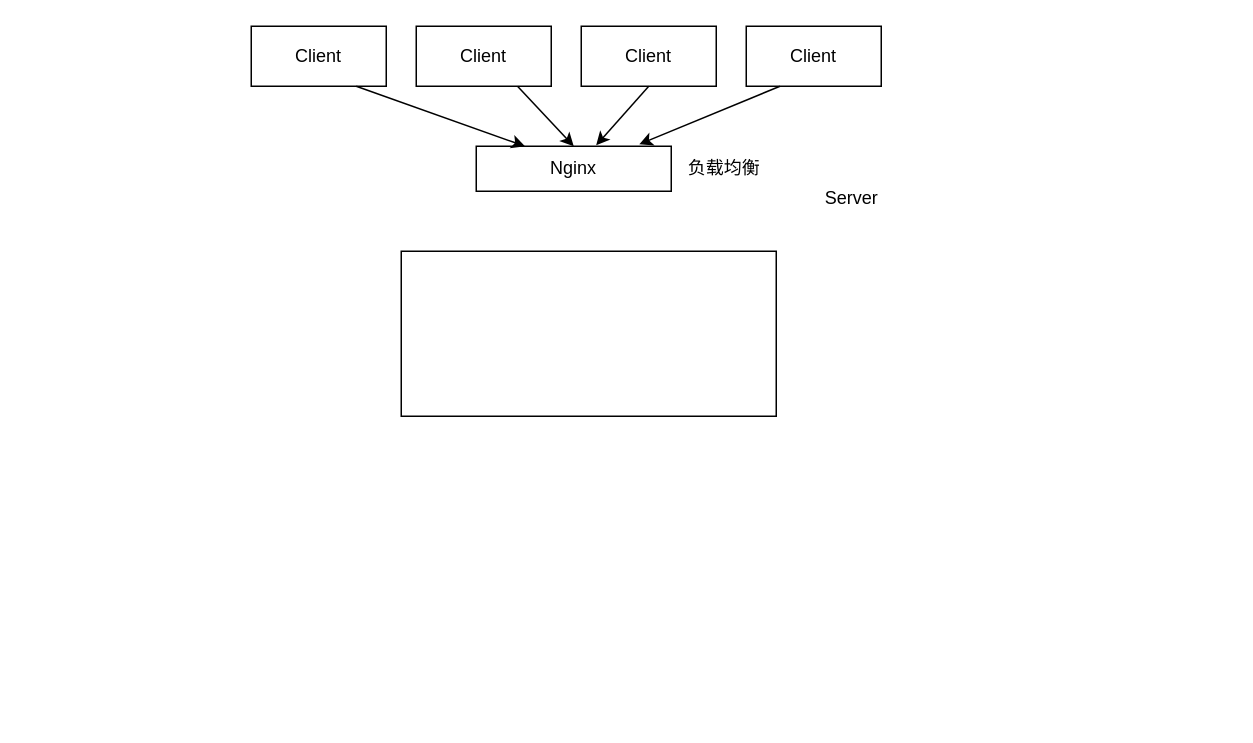
Before: 未命名绘图.drawio in Luckygirl113/chatgpt.api, a draw.io diagram. Source tidied: cells renumbered, new cells numbered last; positions are measured from the earlier drawing's top-left corner, leaving out a move shared by most shapes. Both pictures are drawn from the tidied source at 150%, with x=0, y=0 at pixel (250, 26).
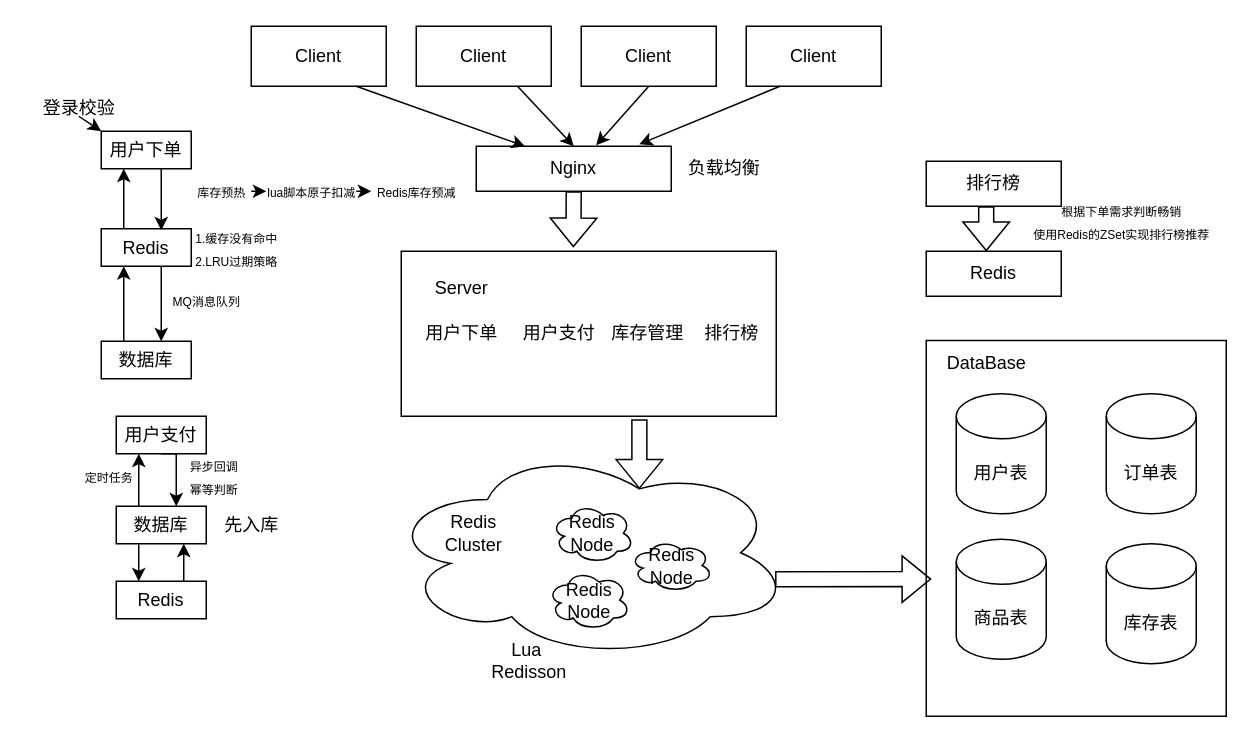
After the change.

Commit message:
更新未命名绘图.drawio

Unchanged cells that the change refers to:
```xml
<mxCell id="2" style="rounded=0;whiteSpace=wrap;html=1;align=left;" parent="1" vertex="1">
  <mxGeometry x="100" y="150" width="250" height="110" as="geometry" />
</mxCell>
<mxCell id="7" value="Nginx" style="rounded=0;whiteSpace=wrap;html=1;" parent="1" vertex="1">
  <mxGeometry x="150" y="80" width="130" height="30" as="geometry" />
</mxCell>
```

Change to the diagram source:
```diff
@@
+    <mxCell id="14" style="rounded=0;whiteSpace=wrap;html=1;strokeColor=default;align=center;verticalAlign=middle;fontFamily=Helvetica;fontSize=12;fontColor=default;fillColor=default;" parent="1" vertex="1">
+      <mxGeometry x="450" y="209.5" width="200" height="250.5" as="geometry" />
+    </mxCell>
@@
     <mxCell id="13" value="Server" style="text;html=1;align=center;verticalAlign=middle;strokeColor=none;fillColor=none;fontFamily=Helvetica;fontSize=12;fontColor=default;" parent="1" vertex="1">
-      <mxGeometry x="370" y="100" width="60" height="30" as="geometry" />
+      <mxGeometry x="110" y="160" width="60" height="30" as="geometry" />
     </mxCell>
+    <mxCell id="15" value="用户下单" style="text;html=1;align=center;verticalAlign=middle;strokeColor=none;fillColor=none;fontFamily=Helvetica;fontSize=12;fontColor=default;" parent="1" vertex="1">
+      <mxGeometry x="105" y="190" width="70" height="30" as="geometry" />
+    </mxCell>
+    <mxCell id="16" value="用户支付" style="text;html=1;align=center;verticalAlign=middle;strokeColor=none;fillColor=none;fontFamily=Helvetica;fontSize=12;fontColor=default;" parent="1" vertex="1">
+      <mxGeometry x="170" y="190" width="70" height="30" as="geometry" />
+    </mxCell>
+    <mxCell id="17" value="库存管理" style="text;html=1;align=center;verticalAlign=middle;strokeColor=none;fillColor=none;fontFamily=Helvetica;fontSize=12;fontColor=default;" parent="1" vertex="1">
+      <mxGeometry x="229" y="190" width="70" height="30" as="geometry" />
+    </mxCell>
+    <mxCell id="18" value="排行榜" style="text;html=1;align=center;verticalAlign=middle;strokeColor=none;fillColor=none;fontFamily=Helvetica;fontSize=12;fontColor=default;" parent="1" vertex="1">
+      <mxGeometry x="290" y="190" width="60" height="30" as="geometry" />
+    </mxCell>
+    <mxCell id="19" style="shape=flexArrow;endArrow=classic;html=1;rounded=0;fontFamily=Helvetica;fontSize=12;fontColor=default;exitX=0.5;exitY=1;exitDx=0;exitDy=0;entryX=0.459;entryY=-0.024;entryDx=0;entryDy=0;entryPerimeter=0;" parent="1" edge="1" source="7" target="2">
+      <mxGeometry relative="1" as="geometry" />
+    </mxCell>
+    <mxCell id="20" value="用户下单" style="rounded=0;whiteSpace=wrap;html=1;strokeColor=default;align=center;verticalAlign=middle;fontFamily=Helvetica;fontSize=12;fontColor=default;fillColor=default;" parent="1" vertex="1">
+      <mxGeometry x="-100" y="70" width="60" height="25" as="geometry" />
+    </mxCell>
+    <mxCell id="21" style="edgeStyle=orthogonalEdgeStyle;rounded=0;jettySize=auto;html=1;exitX=0.5;exitY=1;exitDx=0;exitDy=0;fontFamily=Helvetica;fontSize=12;fontColor=default;" parent="1" edge="1" source="23" target="25">
+      <mxGeometry relative="1" as="geometry">
+        <Array as="points">
+          <mxPoint x="-60" y="145" />
+        </Array>
+      </mxGeometry>
+    </mxCell>
+    <mxCell id="22" style="edgeStyle=orthogonalEdgeStyle;rounded=0;jettySize=auto;html=1;exitX=0.25;exitY=0;exitDx=0;exitDy=0;entryX=0.25;entryY=1;entryDx=0;entryDy=0;fontFamily=Helvetica;fontSize=12;fontColor=default;" parent="1" edge="1" source="23" target="20">
+      <mxGeometry relative="1" as="geometry" />
+    </mxCell>
+    <mxCell id="23" value="Redis" style="rounded=0;whiteSpace=wrap;html=1;strokeColor=default;align=center;verticalAlign=middle;fontFamily=Helvetica;fontSize=12;fontColor=default;fillColor=default;" parent="1" vertex="1">
+      <mxGeometry x="-100" y="135" width="60" height="25" as="geometry" />
+    </mxCell>
+    <mxCell id="24" style="edgeStyle=orthogonalEdgeStyle;rounded=0;jettySize=auto;html=1;exitX=0.25;exitY=0;exitDx=0;exitDy=0;entryX=0.25;entryY=1;entryDx=0;entryDy=0;fontFamily=Helvetica;fontSize=12;fontColor=default;" parent="1" edge="1" source="25" target="23">
+      <mxGeometry relative="1" as="geometry" />
+    </mxCell>
+    <mxCell id="25" value="数据库" style="rounded=0;whiteSpace=wrap;html=1;strokeColor=default;align=center;verticalAlign=middle;fontFamily=Helvetica;fontSize=12;fontColor=default;fillColor=default;" parent="1" vertex="1">
+      <mxGeometry x="-100" y="210" width="60" height="25" as="geometry" />
+    </mxCell>
+    <mxCell id="26" value="登录校验" style="text;html=1;align=center;verticalAlign=middle;strokeColor=none;fillColor=none;fontFamily=Helvetica;fontSize=12;fontColor=default;" parent="1" vertex="1">
+      <mxGeometry x="-150" y="40" width="70" height="30" as="geometry" />
+    </mxCell>
+    <mxCell id="27" style="endArrow=classic;html=1;rounded=0;fontFamily=Helvetica;fontSize=12;fontColor=default;entryX=0;entryY=0;entryDx=0;entryDy=0;" parent="1" edge="1" target="20">
+      <mxGeometry relative="1" as="geometry">
+        <mxPoint x="-115" y="60" as="sourcePoint" />
+      </mxGeometry>
+    </mxCell>
+    <mxCell id="28" style="endArrow=classic;html=1;rounded=0;fontFamily=Helvetica;fontSize=12;fontColor=default;" parent="1" edge="1">
+      <mxGeometry relative="1" as="geometry">
+        <mxPoint x="-60" y="95" as="sourcePoint" />
+        <mxPoint x="-60" y="136" as="targetPoint" />
+      </mxGeometry>
+    </mxCell>
+    <mxCell id="29" value="&lt;font style=&quot;font-size: 8px;&quot;&gt;库存预热&lt;/font&gt;" style="text;html=1;align=center;verticalAlign=middle;points=[];strokeColor=none;fillColor=none;fontFamily=Helvetica;fontSize=12;fontColor=default;" parent="1" vertex="1">
+      <mxGeometry x="-50" y="95" width="60" height="30" as="geometry" />
+    </mxCell>
+    <mxCell id="30" value="&lt;font style=&quot;font-size: 8px;&quot;&gt;lua脚本原子扣减&lt;/font&gt;" style="text;html=1;align=center;verticalAlign=middle;strokeColor=none;fillColor=none;fontFamily=Helvetica;fontSize=12;fontColor=default;" parent="1" vertex="1">
+      <mxGeometry y="95" width="80" height="30" as="geometry" />
+    </mxCell>
+    <mxCell id="31" value="&lt;font style=&quot;font-size: 8px;&quot;&gt;Redis库存预减&lt;/font&gt;" style="text;html=1;align=center;verticalAlign=middle;strokeColor=none;fillColor=none;fontFamily=Helvetica;fontSize=12;fontColor=default;" parent="1" vertex="1">
+      <mxGeometry x="70" y="95" width="80" height="30" as="geometry" />
+    </mxCell>
+    <mxCell id="32" style="endArrow=classic;html=1;rounded=0;fontFamily=Helvetica;fontSize=12;fontColor=default;exitX=0.833;exitY=0.5;exitDx=0;exitDy=0;exitPerimeter=0;" parent="1" edge="1" source="29">
+      <mxGeometry relative="1" as="geometry">
+        <mxPoint x="10" y="110" as="targetPoint" />
+      </mxGeometry>
+    </mxCell>
+    <mxCell id="33" style="endArrow=classic;html=1;rounded=0;fontFamily=Helvetica;fontSize=12;fontColor=default;exitX=0.833;exitY=0.5;exitDx=0;exitDy=0;exitPerimeter=0;" parent="1" edge="1">
+      <mxGeometry relative="1" as="geometry">
+        <mxPoint x="70" y="110" as="sourcePoint" />
+        <mxPoint x="80" y="110" as="targetPoint" />
+      </mxGeometry>
+    </mxCell>
+    <mxCell id="34" value="&lt;font style=&quot;font-size: 8px;&quot;&gt;1.缓存没有命中&lt;/font&gt;&lt;div&gt;&lt;font style=&quot;font-size: 8px;&quot;&gt;2.LRU过期策略&lt;/font&gt;&lt;/div&gt;" style="text;html=1;align=center;verticalAlign=middle;strokeColor=none;fillColor=none;fontFamily=Helvetica;fontSize=12;fontColor=default;" parent="1" vertex="1">
+      <mxGeometry x="-50" y="127.5" width="80" height="40" as="geometry" />
+    </mxCell>
+    <mxCell id="35" value="&lt;font style=&quot;font-size: 8px;&quot;&gt;MQ消息队列&lt;/font&gt;" style="text;html=1;align=center;verticalAlign=middle;strokeColor=none;fillColor=none;fontFamily=Helvetica;fontSize=12;fontColor=default;" parent="1" vertex="1">
+      <mxGeometry x="-65" y="168" width="70" height="30" as="geometry" />
+    </mxCell>
+    <mxCell id="36" style="edgeStyle=orthogonalEdgeStyle;rounded=0;jettySize=auto;html=1;exitX=0.5;exitY=1;exitDx=0;exitDy=0;fontFamily=Helvetica;fontSize=12;fontColor=default;" parent="1" edge="1" source="37">
+      <mxGeometry relative="1" as="geometry">
+        <mxPoint x="-50" y="320" as="targetPoint" />
+      </mxGeometry>
+    </mxCell>
+    <mxCell id="37" value="用户支付" style="rounded=0;whiteSpace=wrap;html=1;strokeColor=default;align=center;verticalAlign=middle;fontFamily=Helvetica;fontSize=12;fontColor=default;fillColor=default;" parent="1" vertex="1">
+      <mxGeometry x="-90" y="260" width="60" height="25" as="geometry" />
+    </mxCell>
+    <mxCell id="38" style="edgeStyle=orthogonalEdgeStyle;rounded=0;jettySize=auto;html=1;exitX=0.25;exitY=0;exitDx=0;exitDy=0;entryX=0.25;entryY=1;entryDx=0;entryDy=0;fontFamily=Helvetica;fontSize=12;fontColor=default;" parent="1" edge="1" source="40" target="37">
+      <mxGeometry relative="1" as="geometry" />
+    </mxCell>
+    <mxCell id="39" style="edgeStyle=orthogonalEdgeStyle;rounded=0;jettySize=auto;html=1;exitX=0.25;exitY=1;exitDx=0;exitDy=0;entryX=0.25;entryY=0;entryDx=0;entryDy=0;fontFamily=Helvetica;fontSize=12;fontColor=default;" parent="1" edge="1" source="40" target="42">
+      <mxGeometry relative="1" as="geometry" />
+    </mxCell>
+    <mxCell id="40" value="数据库" style="rounded=0;whiteSpace=wrap;html=1;strokeColor=default;align=center;verticalAlign=middle;fontFamily=Helvetica;fontSize=12;fontColor=default;fillColor=default;" parent="1" vertex="1">
+      <mxGeometry x="-90" y="320" width="60" height="25" as="geometry" />
+    </mxCell>
+    <mxCell id="41" style="edgeStyle=orthogonalEdgeStyle;rounded=0;jettySize=auto;html=1;exitX=0.75;exitY=0;exitDx=0;exitDy=0;entryX=0.75;entryY=1;entryDx=0;entryDy=0;fontFamily=Helvetica;fontSize=12;fontColor=default;" parent="1" edge="1" source="42" target="40">
+      <mxGeometry relative="1" as="geometry" />
+    </mxCell>
+    <mxCell id="42" value="Redis" style="rounded=0;whiteSpace=wrap;html=1;strokeColor=default;align=center;verticalAlign=middle;fontFamily=Helvetica;fontSize=12;fontColor=default;fillColor=default;" parent="1" vertex="1">
+      <mxGeometry x="-90" y="370" width="60" height="25" as="geometry" />
+    </mxCell>
+    <mxCell id="43" value="&lt;font style=&quot;font-size: 8px;&quot;&gt;异步回调&lt;/font&gt;&lt;div&gt;&lt;font style=&quot;font-size: 8px;&quot;&gt;幂等判断&lt;/font&gt;&lt;/div&gt;" style="text;html=1;align=center;verticalAlign=middle;strokeColor=none;fillColor=none;fontFamily=Helvetica;fontSize=12;fontColor=default;" parent="1" vertex="1">
+      <mxGeometry x="-55" y="280" width="60" height="40" as="geometry" />
+    </mxCell>
+    <mxCell id="44" value="先入库" style="text;html=1;align=center;verticalAlign=middle;strokeColor=none;fillColor=none;fontFamily=Helvetica;fontSize=12;fontColor=default;" parent="1" vertex="1">
+      <mxGeometry x="-30" y="318" width="60" height="30" as="geometry" />
+    </mxCell>
+    <mxCell id="45" value="&lt;font style=&quot;font-size: 8px;&quot;&gt;定时任务&lt;/font&gt;" style="text;html=1;align=center;verticalAlign=middle;strokeColor=none;fillColor=none;fontFamily=Helvetica;fontSize=12;fontColor=default;" parent="1" vertex="1">
+      <mxGeometry x="-125" y="285" width="60" height="30" as="geometry" />
+    </mxCell>
+    <mxCell id="46" value="用户表" style="shape=cylinder3;whiteSpace=wrap;html=1;boundedLbl=1;backgroundOutline=1;size=15;rounded=0;strokeColor=default;align=center;verticalAlign=middle;fontFamily=Helvetica;fontSize=12;fontColor=default;fillColor=default;" parent="1" vertex="1">
+      <mxGeometry x="470" y="245" width="60" height="80" as="geometry" />
+    </mxCell>
+    <mxCell id="47" value="订单表" style="shape=cylinder3;whiteSpace=wrap;html=1;boundedLbl=1;backgroundOutline=1;size=15;rounded=0;strokeColor=default;align=center;verticalAlign=middle;fontFamily=Helvetica;fontSize=12;fontColor=default;fillColor=default;" parent="1" vertex="1">
+      <mxGeometry x="570" y="245" width="60" height="80" as="geometry" />
+    </mxCell>
+    <mxCell id="48" value="库存表" style="shape=cylinder3;whiteSpace=wrap;html=1;boundedLbl=1;backgroundOutline=1;size=15;rounded=0;strokeColor=default;align=center;verticalAlign=middle;fontFamily=Helvetica;fontSize=12;fontColor=default;fillColor=default;" parent="1" vertex="1">
+      <mxGeometry x="570" y="345" width="60" height="80" as="geometry" />
+    </mxCell>
+    <mxCell id="49" value="商品表" style="shape=cylinder3;whiteSpace=wrap;html=1;boundedLbl=1;backgroundOutline=1;size=15;rounded=0;strokeColor=default;align=center;verticalAlign=middle;fontFamily=Helvetica;fontSize=12;fontColor=default;fillColor=default;" parent="1" vertex="1">
+      <mxGeometry x="470" y="342" width="60" height="80" as="geometry" />
+    </mxCell>
+    <mxCell id="50" value="排行榜" style="rounded=0;whiteSpace=wrap;html=1;strokeColor=default;align=center;verticalAlign=middle;fontFamily=Helvetica;fontSize=12;fontColor=default;fillColor=default;" parent="1" vertex="1">
+      <mxGeometry x="450" y="90" width="90" height="30" as="geometry" />
+    </mxCell>
+    <mxCell id="51" value="&lt;font style=&quot;font-size: 12px;&quot;&gt;Redis&lt;/font&gt;" style="rounded=0;whiteSpace=wrap;html=1;strokeColor=default;align=center;verticalAlign=middle;fontFamily=Helvetica;fontSize=12;fontColor=default;fillColor=default;" parent="1" vertex="1">
+      <mxGeometry x="450" y="150" width="90" height="30" as="geometry" />
+    </mxCell>
+    <mxCell id="52" style="ellipse;shape=cloud;whiteSpace=wrap;html=1;rounded=0;strokeColor=default;align=center;verticalAlign=middle;fontFamily=Helvetica;fontSize=12;fontColor=default;fillColor=default;" parent="1" vertex="1">
+      <mxGeometry x="90" y="280" width="270" height="142" as="geometry" />
+    </mxCell>
+    <mxCell id="53" style="shape=flexArrow;endArrow=classic;html=1;rounded=0;fontFamily=Helvetica;fontSize=12;fontColor=default;exitX=0.444;exitY=1;exitDx=0;exitDy=0;exitPerimeter=0;" parent="1" edge="1" source="50">
+      <mxGeometry relative="1" as="geometry">
+        <mxPoint x="490" y="150" as="targetPoint" />
+      </mxGeometry>
+    </mxCell>
+    <mxCell id="54" value="&lt;font style=&quot;font-size: 8px;&quot;&gt;根据下单需求判断畅销&lt;/font&gt;&lt;div&gt;&lt;font style=&quot;font-size: 8px;&quot;&gt;使用Redis的ZSet实现排行榜推荐&lt;/font&gt;&lt;/div&gt;" style="text;html=1;align=center;verticalAlign=middle;strokeColor=none;fillColor=none;fontFamily=Helvetica;fontSize=12;fontColor=default;" parent="1" vertex="1">
+      <mxGeometry x="510" y="110" width="140" height="40" as="geometry" />
+    </mxCell>
+    <mxCell id="55" value="Redis Node" style="ellipse;shape=cloud;whiteSpace=wrap;html=1;rounded=0;strokeColor=default;align=center;verticalAlign=middle;fontFamily=Helvetica;fontSize=12;fontColor=default;fillColor=default;" parent="1" vertex="1">
+      <mxGeometry x="200" y="318" width="55" height="40" as="geometry" />
+    </mxCell>
+    <mxCell id="56" value="Redis&lt;div&gt;Node&lt;/div&gt;" style="ellipse;shape=cloud;whiteSpace=wrap;html=1;rounded=0;strokeColor=default;align=center;verticalAlign=middle;fontFamily=Helvetica;fontSize=12;fontColor=default;fillColor=default;" parent="1" vertex="1">
+      <mxGeometry x="197.5" y="362.5" width="55" height="40" as="geometry" />
+    </mxCell>
+    <mxCell id="57" value="&lt;span style=&quot;text-wrap-mode: wrap;&quot;&gt;Redis Cluster&lt;/span&gt;" style="text;html=1;align=center;verticalAlign=middle;strokeColor=none;fillColor=none;fontFamily=Helvetica;fontSize=12;fontColor=default;" parent="1" vertex="1">
+      <mxGeometry x="97.5" y="323" width="100" height="30" as="geometry" />
+    </mxCell>
+    <mxCell id="58" value="Lua&amp;nbsp;&lt;div&gt;Redisson&lt;/div&gt;" style="text;html=1;align=center;verticalAlign=middle;strokeColor=none;fillColor=none;fontFamily=Helvetica;fontSize=12;fontColor=default;" parent="1" vertex="1">
+      <mxGeometry x="150" y="402.5" width="70" height="40" as="geometry" />
+    </mxCell>
+    <mxCell id="59" value="Redis Node" style="ellipse;shape=cloud;whiteSpace=wrap;html=1;rounded=0;strokeColor=default;align=center;verticalAlign=middle;fontFamily=Helvetica;fontSize=12;fontColor=default;fillColor=default;" parent="1" vertex="1">
+      <mxGeometry x="252.5" y="342" width="55" height="35" as="geometry" />
+    </mxCell>
+    <mxCell id="60" value="DataBase" style="text;html=1;align=center;verticalAlign=middle;strokeColor=none;fillColor=none;fontFamily=Helvetica;fontSize=12;fontColor=default;" parent="1" vertex="1">
+      <mxGeometry x="450" y="210" width="80" height="30" as="geometry" />
+    </mxCell>
+    <mxCell id="61" style="shape=flexArrow;endArrow=classic;html=1;rounded=0;fontFamily=Helvetica;fontSize=12;fontColor=default;entryX=0.625;entryY=0.2;entryDx=0;entryDy=0;entryPerimeter=0;exitX=0.635;exitY=1.018;exitDx=0;exitDy=0;exitPerimeter=0;" parent="1" edge="1" source="2" target="52">
+      <mxGeometry relative="1" as="geometry" />
+    </mxCell>
+    <mxCell id="62" style="shape=flexArrow;endArrow=classic;html=1;rounded=0;fontFamily=Helvetica;fontSize=12;fontColor=default;entryX=0.017;entryY=0.635;entryDx=0;entryDy=0;entryPerimeter=0;exitX=0.96;exitY=0.624;exitDx=0;exitDy=0;exitPerimeter=0;" parent="1" edge="1" source="52" target="14">
+      <mxGeometry relative="1" as="geometry" />
+    </mxCell>
```
